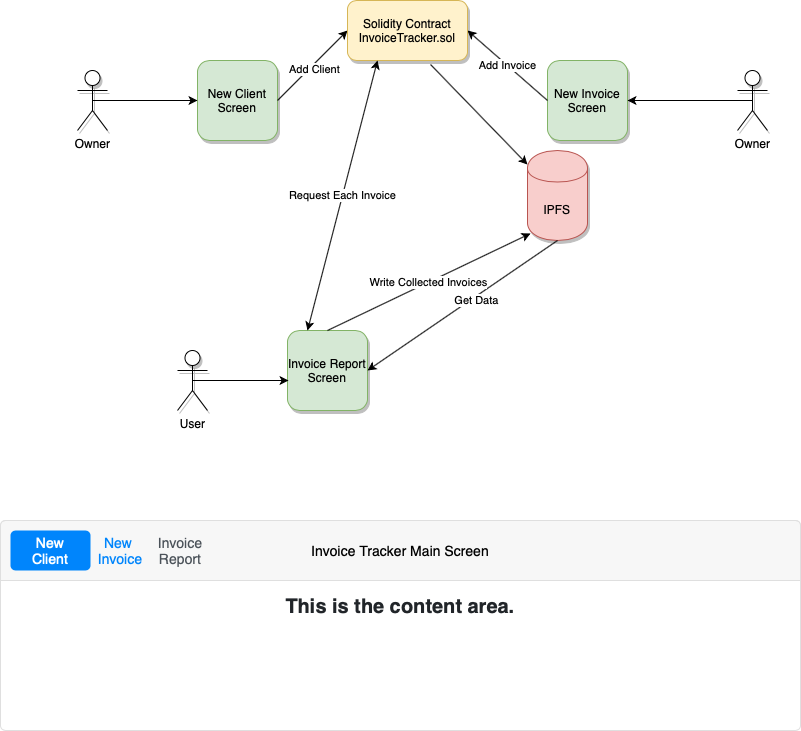
Before: documentation/InvoiceTrackerDiagram.png, a diagram exported from draw.io (denismp/APDF-invoice-tracker-dapp). Source tidied: cells renumbered, new cells last; positions are measured from the earlier drawing's top-left corner, leaving out a move shared by most shapes.
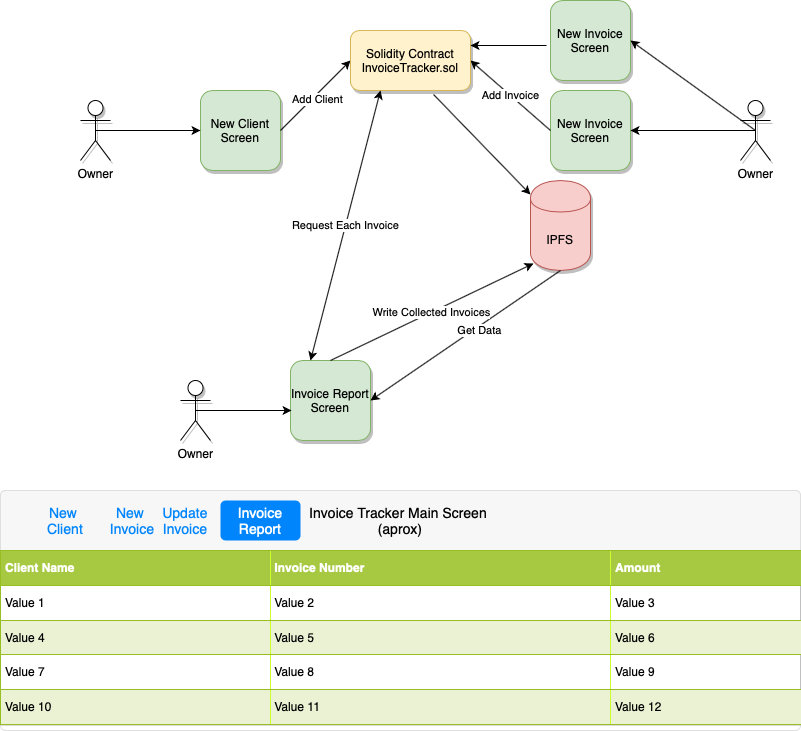
Above is the later version.

Change to the diagram source:
```diff
@@ -29,7 +29,7 @@
     <mxCell id="10" style="edgeStyle=orthogonalEdgeStyle;rounded=0;jettySize=auto;html=1;exitX=0.5;exitY=0.5;exitDx=0;exitDy=0;exitPerimeter=0;entryX=0.013;entryY=0.625;entryDx=0;entryDy=0;entryPerimeter=0;" parent="1" edge="1" source="11" target="5">
       <mxGeometry relative="1" as="geometry" />
     </mxCell>
-    <mxCell id="11" value="User" style="shape=umlActor;verticalLabelPosition=bottom;labelBackgroundColor=#ffffff;verticalAlign=top;html=1;outlineConnect=0;rounded=1;shadow=1;glass=0;comic=0;" parent="1" vertex="1">
+    <mxCell id="11" value="Owner&lt;br&gt;" style="shape=umlActor;verticalLabelPosition=bottom;labelBackgroundColor=#ffffff;verticalAlign=top;html=1;outlineConnect=0;rounded=1;shadow=1;glass=0;comic=0;" parent="1" vertex="1">
       <mxGeometry x="177" y="350" width="30" height="60" as="geometry" />
     </mxCell>
     <mxCell id="12" style="endArrow=classic;html=1;entryX=0;entryY=0.5;entryDx=0;entryDy=0;exitX=1;exitY=0.5;exitDx=0;exitDy=0;" parent="1" edge="1" source="3" target="21">
@@ -44,31 +44,39 @@
       <mxGeometry relative="1" as="geometry" />
     </mxCell>
     <mxCell id="15" style="html=1;shadow=0;dashed=0;shape=mxgraph.bootstrap.rrect;rSize=5;strokeColor=#DFDFDF;html=1;whiteSpace=wrap;fillColor=#FFFFFF;fontColor=#000000;rounded=1;glass=0;comic=0;" parent="1" vertex="1">
-      <mxGeometry y="520" width="800" height="210" as="geometry" />
+      <mxGeometry x="-3" y="460" width="800" height="240" as="geometry" />
     </mxCell>
-    <mxCell id="16" value="Invoice Tracker Main Screen" style="html=1;shadow=0;dashed=0;shape=mxgraph.bootstrap.topButton;strokeColor=inherit;fillColor=#F7F7F7;rSize=5;perimeter=none;whiteSpace=wrap;align=center;spacing=20;fontSize=14;" parent="15" vertex="1">
+    <mxCell id="16" value="Invoice Tracker Main Screen &lt;br&gt;(aprox)" style="html=1;shadow=0;dashed=0;shape=mxgraph.bootstrap.topButton;strokeColor=inherit;fillColor=#F7F7F7;rSize=5;perimeter=none;whiteSpace=wrap;align=center;spacing=20;fontSize=14;" parent="15" vertex="1">
       <mxGeometry width="800" height="60" relative="1" as="geometry" />
     </mxCell>
-    <mxCell id="17" value="New Client" style="html=1;shadow=0;dashed=0;shape=mxgraph.bootstrap.rrect;arcSize=5;strokeColor=none;fillColor=#0085FC;rSize=5;perimeter=none;whiteSpace=wrap;align=center;spacing=20;fontSize=14;fontColor=#ffffff;" parent="15" vertex="1">
+    <mxCell id="17" value="Invoice Report" style="html=1;shadow=0;dashed=0;shape=mxgraph.bootstrap.rrect;arcSize=5;strokeColor=none;fillColor=#0085FC;rSize=5;perimeter=none;whiteSpace=wrap;align=center;spacing=20;fontSize=14;fontColor=#ffffff;" parent="15" vertex="1">
       <mxGeometry width="80" height="40" relative="1" as="geometry">
-        <mxPoint x="10" y="10" as="offset" />
+        <mxPoint x="220" y="10" as="offset" />
       </mxGeometry>
     </mxCell>
     <mxCell id="18" value="New &#10;Invoice" style="strokeColor=none;fillColor=none;rSize=5;perimeter=none;whiteSpace=wrap;align=center;spacing=20;fontSize=14;fontColor=#0085FC;" parent="15" vertex="1">
       <mxGeometry width="50" height="40" relative="1" as="geometry">
-        <mxPoint x="95" y="10" as="offset" />
+        <mxPoint x="107" y="10" as="offset" />
       </mxGeometry>
     </mxCell>
-    <mxCell id="19" value="Invoice Report" style="strokeColor=none;fillColor=none;rSize=5;perimeter=none;whiteSpace=wrap;align=center;spacing=20;fontSize=14;fontColor=#0085FC;fontColor=#4B5259;" parent="15" vertex="1">
-      <mxGeometry width="60" height="40" relative="1" as="geometry">
-        <mxPoint x="150" y="10" as="offset" />
-      </mxGeometry>
-    </mxCell>
     <mxCell id="20" value="&lt;span style=&quot;font-size: 20px&quot;&gt;&lt;b&gt;This is the content area.&lt;/b&gt;&lt;/span&gt;" style="perimeter=none;html=1;whiteSpace=wrap;fillColor=none;strokeColor=none;verticalAlign=top;align=center;spacing=20;spacingTop=-10;fontSize=14;fontColor=#212529;" parent="15" vertex="1">
       <mxGeometry width="800" height="120" relative="1" as="geometry">
         <mxPoint y="60" as="offset" />
       </mxGeometry>
     </mxCell>
+    <mxCell id="27" value="&lt;table border=&quot;1&quot; width=&quot;100%&quot; cellpadding=&quot;4&quot; style=&quot;width: 100% ; height: 100% ; border-collapse: collapse&quot;&gt;&lt;tbody&gt;&lt;tr style=&quot;background-color: #a7c942 ; color: #ffffff ; border: 1px solid #98bf21&quot;&gt;&lt;th align=&quot;left&quot;&gt;Client Name&lt;/th&gt;&lt;th align=&quot;left&quot;&gt;Invoice Number&lt;/th&gt;&lt;th align=&quot;left&quot;&gt;Amount&lt;/th&gt;&lt;/tr&gt;&lt;tr style=&quot;border: 1px solid #98bf21&quot;&gt;&lt;td&gt;Value 1&lt;/td&gt;&lt;td&gt;Value 2&lt;/td&gt;&lt;td&gt;Value 3&lt;/td&gt;&lt;/tr&gt;&lt;tr style=&quot;background-color: #eaf2d3 ; border: 1px solid #98bf21&quot;&gt;&lt;td&gt;Value 4&lt;/td&gt;&lt;td&gt;Value 5&lt;/td&gt;&lt;td&gt;Value 6&lt;/td&gt;&lt;/tr&gt;&lt;tr style=&quot;border: 1px solid #98bf21&quot;&gt;&lt;td&gt;Value 7&lt;/td&gt;&lt;td&gt;Value 8&lt;/td&gt;&lt;td&gt;Value 9&lt;/td&gt;&lt;/tr&gt;&lt;tr style=&quot;background-color: #eaf2d3 ; border: 1px solid #98bf21&quot;&gt;&lt;td&gt;Value 10&lt;/td&gt;&lt;td&gt;Value 11&lt;/td&gt;&lt;td&gt;Value 12&lt;/td&gt;&lt;/tr&gt;&lt;/tbody&gt;&lt;/table&gt;" style="text;html=1;strokeColor=#c0c0c0;fillColor=#ffffff;overflow=fill;rounded=0;" parent="15" vertex="1">
+      <mxGeometry y="60" width="800" height="174.6" as="geometry" />
+    </mxCell>
+    <mxCell id="28" value="Update&#10;Invoice" style="strokeColor=none;fillColor=none;rSize=5;perimeter=none;whiteSpace=wrap;align=center;spacing=20;fontSize=14;fontColor=#0085FC;" parent="15" vertex="1">
+      <mxGeometry width="50" height="40" relative="1" as="geometry">
+        <mxPoint x="160" y="10" as="offset" />
+      </mxGeometry>
+    </mxCell>
+    <mxCell id="29" value="New &#10;Client" style="strokeColor=none;fillColor=none;rSize=5;perimeter=none;whiteSpace=wrap;align=center;spacing=20;fontSize=14;fontColor=#0085FC;" parent="15" vertex="1">
+      <mxGeometry width="50" height="40" relative="1" as="geometry">
+        <mxPoint x="40" y="10" as="offset" />
+      </mxGeometry>
+    </mxCell>
     <mxCell id="21" value="Solidity Contract&lt;br&gt;InvoiceTracker.sol" style="rounded=1;whiteSpace=wrap;html=1;shadow=1;glass=0;comic=0;fillColor=#fff2cc;strokeColor=#d6b656;" parent="1" vertex="1">
       <mxGeometry x="347" width="120" height="60" as="geometry" />
     </mxCell>
@@ -87,5 +95,16 @@
     <mxCell id="26" value="Write Collected Invoices" style="endArrow=classic;html=1;entryX=0.05;entryY=0.922;entryDx=0;entryDy=0;entryPerimeter=0;exitX=0.5;exitY=0;exitDx=0;exitDy=0;" parent="1" edge="1" source="5" target="2">
       <mxGeometry relative="1" as="geometry" />
     </mxCell>
+    <mxCell id="30" value="New Invoice Screen" style="whiteSpace=wrap;html=1;rounded=1;fillColor=#d5e8d4;strokeColor=#82b366;shadow=1;" parent="1" vertex="1">
+      <mxGeometry x="547" y="-30" width="80" height="80" as="geometry" />
+    </mxCell>
+    <mxCell id="31" style="endArrow=classic;html=1;entryX=1;entryY=0.25;entryDx=0;entryDy=0;" parent="1" edge="1" target="21">
+      <mxGeometry relative="1" as="geometry">
+        <mxPoint x="543" y="15" as="sourcePoint" />
+      </mxGeometry>
+    </mxCell>
+    <mxCell id="32" style="endArrow=classic;html=1;exitX=0.5;exitY=0.5;exitDx=0;exitDy=0;exitPerimeter=0;entryX=1;entryY=0.5;entryDx=0;entryDy=0;" parent="1" edge="1" source="9" target="30">
+      <mxGeometry relative="1" as="geometry" />
+    </mxCell>
   </root>
 </mxGraphModel>
```
